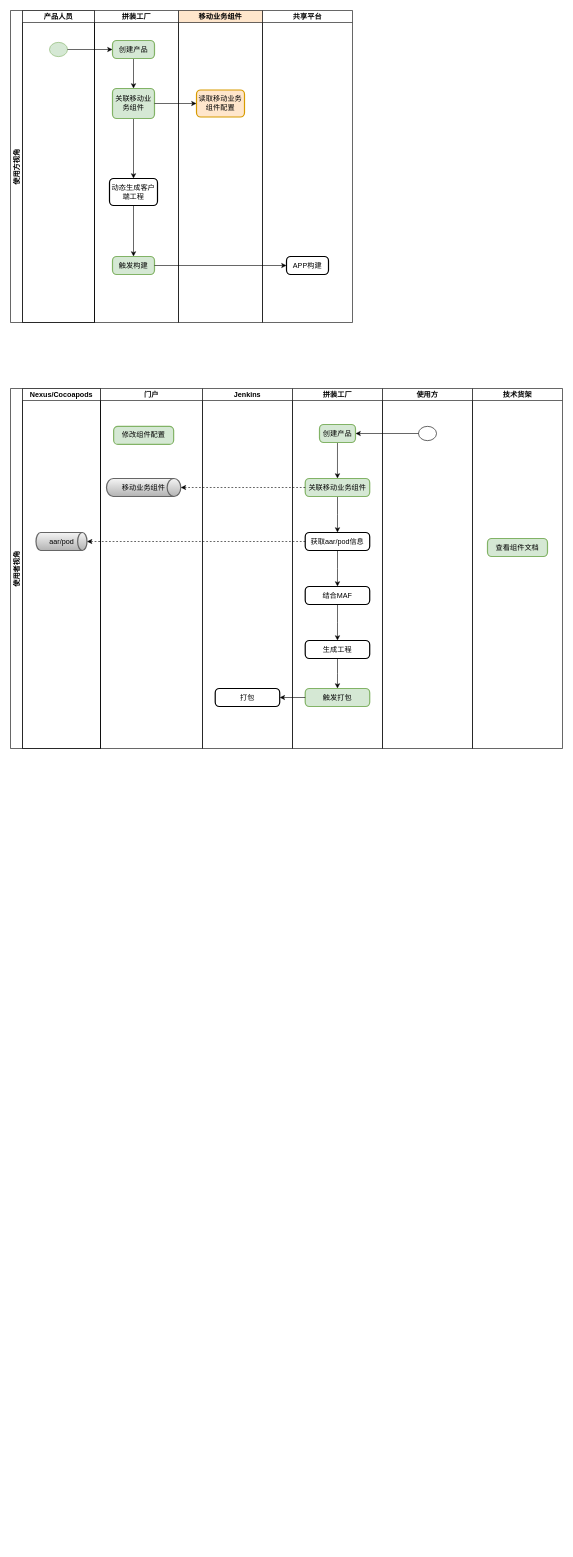
Earlier version of the draw.io diagram page "使用方视角" (6 of 25) of nd-apf.drawio (kwhitestone/drawio). Source tidied: cells renumbered, new cells numbered last; positions are measured from the earlier drawing's top-left corner, leaving out a move shared by most shapes. Both pictures are drawn from the tidied source at 60%, with x=0, y=0 at pixel (10, 10).
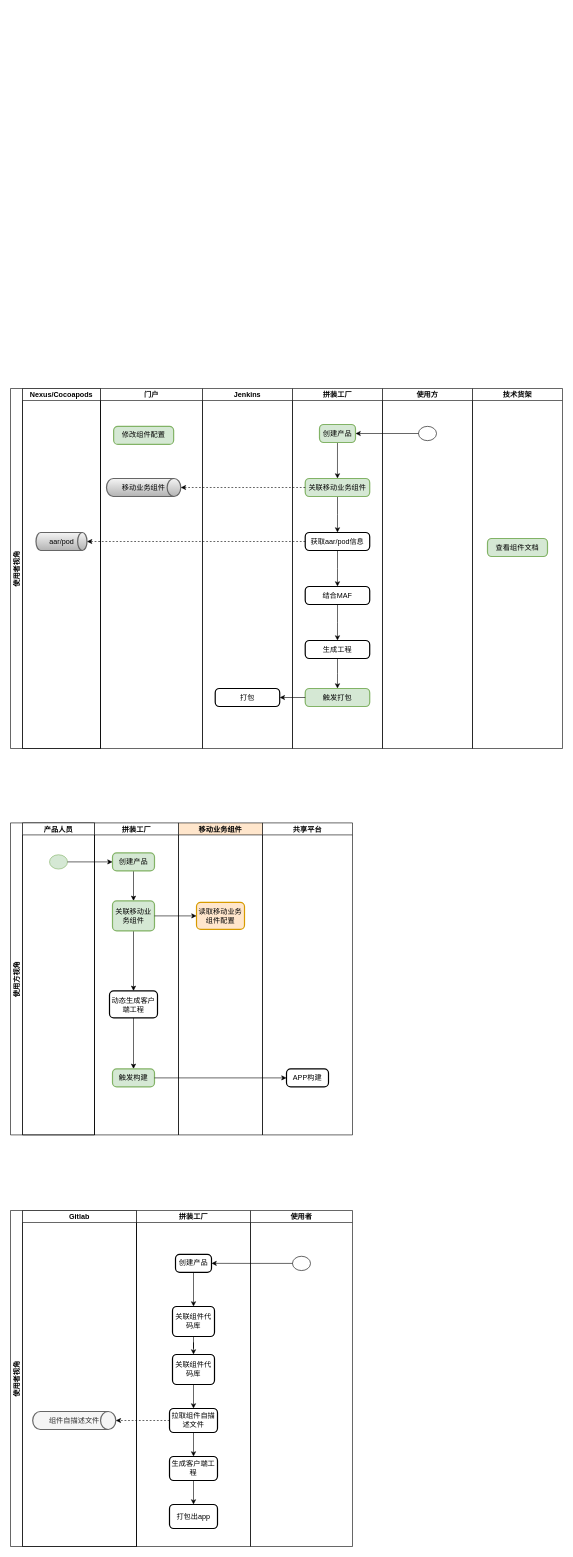
The same page after the edit.

Diff of the diagram source:
```diff
@@
     <mxCell id="2" value="使用方视角" style="swimlane;startSize=20;horizontal=0;" parent="1" vertex="1">
-      <mxGeometry width="140" height="520" as="geometry" />
+      <mxGeometry y="1354" width="140" height="520" as="geometry" />
     </mxCell>
@@
     <mxCell id="5" value="共享平台" style="swimlane;startSize=20;" parent="1" vertex="1">
-      <mxGeometry x="420" width="150" height="520" as="geometry" />
+      <mxGeometry x="420" y="1354" width="150" height="520" as="geometry" />
     </mxCell>
@@
     <mxCell id="7" value="移动业务组件" style="swimlane;startSize=20;fillColor=#ffe6cc;strokeColor=#000000;" parent="1" vertex="1">
-      <mxGeometry x="280" width="140" height="520" as="geometry" />
+      <mxGeometry x="280" y="1354" width="140" height="520" as="geometry" />
     </mxCell>
@@
     <mxCell id="9" value="拼装工厂" style="swimlane;startSize=20;" parent="1" vertex="1">
-      <mxGeometry x="140" width="140" height="520" as="geometry" />
+      <mxGeometry x="140" y="1354" width="140" height="520" as="geometry" />
     </mxCell>
@@
+    <mxCell id="48" value="使用者视角" style="swimlane;startSize=20;horizontal=0;" parent="1" vertex="1">
+      <mxGeometry y="2000" width="210" height="560" as="geometry" />
+    </mxCell>
+    <mxCell id="49" value="Gitlab" style="swimlane;startSize=20;" parent="48" vertex="1">
+      <mxGeometry x="20" width="190" height="560" as="geometry" />
+    </mxCell>
+    <mxCell id="50" value="组件自描述文件" style="strokeWidth=2;html=1;shape=mxgraph.flowchart.direct_data;whiteSpace=wrap;fillColor=#f5f5f5;fontColor=#333333;strokeColor=#666666;" parent="49" vertex="1">
+      <mxGeometry x="17" y="335" width="138.5" height="30" as="geometry" />
+    </mxCell>
+    <mxCell id="51" value="拼装工厂" style="swimlane;startSize=20;" parent="1" vertex="1">
+      <mxGeometry x="210" y="2000" width="190" height="560" as="geometry" />
+    </mxCell>
+    <mxCell id="52" style="edgeStyle=orthogonalEdgeStyle;rounded=0;jettySize=auto;html=1;entryX=0.5;entryY=0;entryDx=0;entryDy=0;" parent="51" edge="1" source="53" target="55">
+      <mxGeometry relative="1" as="geometry" />
+    </mxCell>
+    <mxCell id="53" value="创建产品" style="rounded=1;whiteSpace=wrap;html=1;absoluteArcSize=1;arcSize=14;strokeWidth=2;" parent="51" vertex="1">
+      <mxGeometry x="65" y="73.1" width="60" height="30" as="geometry" />
+    </mxCell>
+    <mxCell id="54" style="edgeStyle=orthogonalEdgeStyle;rounded=0;jettySize=auto;html=1;entryX=0.5;entryY=0;entryDx=0;entryDy=0;" parent="51" edge="1" source="55" target="57">
+      <mxGeometry relative="1" as="geometry" />
+    </mxCell>
+    <mxCell id="55" value="关联组件代码库" style="rounded=1;whiteSpace=wrap;html=1;absoluteArcSize=1;arcSize=14;strokeWidth=2;" parent="51" vertex="1">
+      <mxGeometry x="60" y="160" width="70" height="50" as="geometry" />
+    </mxCell>
+    <mxCell id="56" style="edgeStyle=orthogonalEdgeStyle;rounded=0;jettySize=auto;html=1;" parent="51" edge="1" source="57" target="59">
+      <mxGeometry relative="1" as="geometry" />
+    </mxCell>
+    <mxCell id="57" value="关联组件代码库" style="rounded=1;whiteSpace=wrap;html=1;absoluteArcSize=1;arcSize=14;strokeWidth=2;" parent="51" vertex="1">
+      <mxGeometry x="60" y="240" width="70" height="50" as="geometry" />
+    </mxCell>
+    <mxCell id="58" style="edgeStyle=orthogonalEdgeStyle;rounded=0;jettySize=auto;html=1;" parent="51" edge="1" source="59" target="61">
+      <mxGeometry relative="1" as="geometry" />
+    </mxCell>
+    <mxCell id="59" value="拉取组件自描述文件" style="rounded=1;whiteSpace=wrap;html=1;absoluteArcSize=1;arcSize=14;strokeWidth=2;" parent="51" vertex="1">
+      <mxGeometry x="55" y="330" width="80" height="40" as="geometry" />
+    </mxCell>
+    <mxCell id="60" style="edgeStyle=orthogonalEdgeStyle;rounded=0;jettySize=auto;html=1;entryX=0.5;entryY=0;entryDx=0;entryDy=0;" parent="51" edge="1" source="61" target="62">
+      <mxGeometry relative="1" as="geometry" />
+    </mxCell>
+    <mxCell id="61" value="生成客户端工程" style="rounded=1;whiteSpace=wrap;html=1;absoluteArcSize=1;arcSize=14;strokeWidth=2;" parent="51" vertex="1">
+      <mxGeometry x="55" y="410" width="80" height="40" as="geometry" />
+    </mxCell>
+    <mxCell id="62" value="打包出app" style="rounded=1;whiteSpace=wrap;html=1;absoluteArcSize=1;arcSize=14;strokeWidth=2;" parent="51" vertex="1">
+      <mxGeometry x="55" y="490" width="80" height="40" as="geometry" />
+    </mxCell>
+    <mxCell id="63" value="使用者" style="swimlane;startSize=20;" parent="1" vertex="1">
+      <mxGeometry x="400" y="2000" width="170" height="560" as="geometry" />
+    </mxCell>
+    <mxCell id="64" style="verticalLabelPosition=bottom;verticalAlign=top;html=1;shape=mxgraph.flowchart.on-page_reference;" parent="63" vertex="1">
+      <mxGeometry x="70" y="76.3" width="30" height="23.8" as="geometry" />
+    </mxCell>
+    <mxCell id="65" style="edgeStyle=orthogonalEdgeStyle;rounded=0;jettySize=auto;html=1;entryX=1;entryY=0.5;entryDx=0;entryDy=0;" parent="1" edge="1" source="64" target="53">
+      <mxGeometry relative="1" as="geometry" />
+    </mxCell>
+    <mxCell id="66" style="edgeStyle=orthogonalEdgeStyle;rounded=0;jettySize=auto;html=1;dashed=1;" parent="1" edge="1" source="59" target="50">
+      <mxGeometry relative="1" as="geometry" />
+    </mxCell>
```
